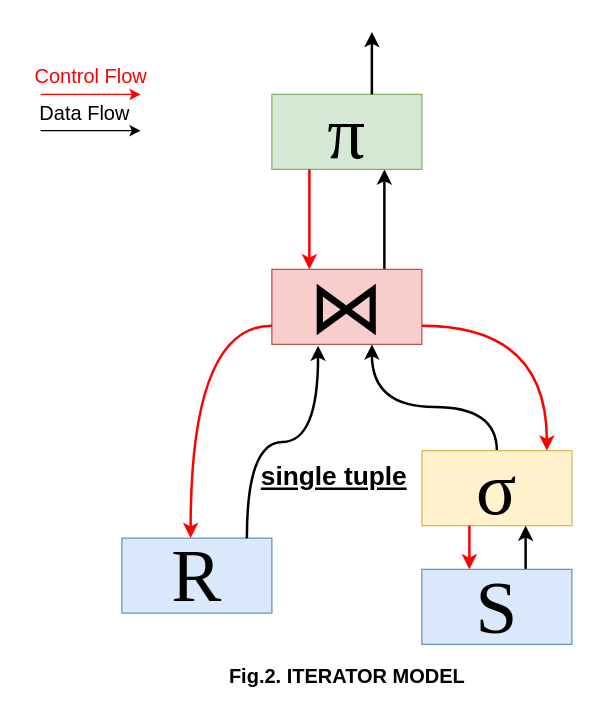
Before: page "iterator-model" (3 of 8) of db/doris/query-execution.drawio in zhangm365/draw_pics, a draw.io diagram. Source tidied: cells renumbered, new cells numbered last; positions are measured from the earlier drawing's top-left corner, leaving out a move shared by most shapes. Both pictures are drawn from the tidied source at 125%, with x=0, y=0 at pixel (21, 31).
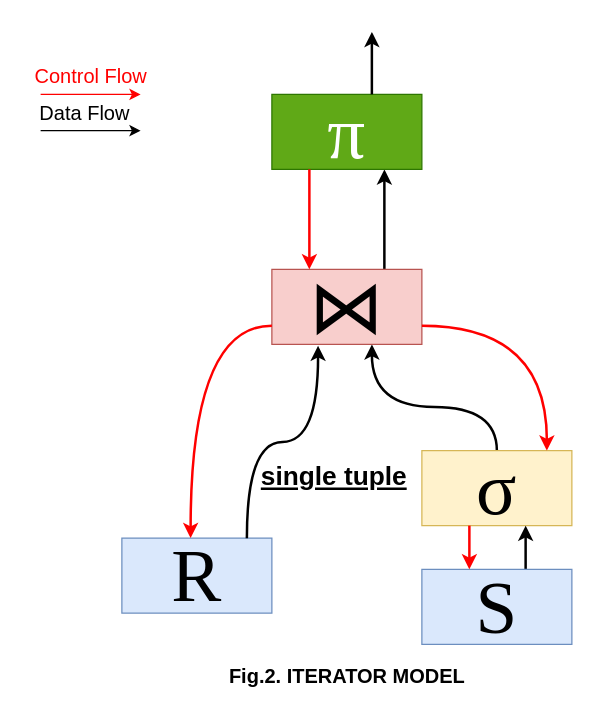
Above is the later version.

Change to the diagram source:
```diff
@@
-    <mxCell id="3" value="&lt;font face=&quot;Times New Roman&quot; style=&quot;font-size: 60px; line-height: 100%;&quot;&gt;π&lt;/font&gt;" style="rounded=0;whiteSpace=wrap;html=1;fillColor=#d5e8d4;strokeColor=#82b366;spacing=-2;labelPosition=center;verticalLabelPosition=middle;align=center;verticalAlign=middle;" parent="1" vertex="1">
+    <mxCell id="3" value="&lt;font face=&quot;Times New Roman&quot; style=&quot;font-size: 60px; line-height: 100%;&quot;&gt;π&lt;/font&gt;" style="rounded=0;whiteSpace=wrap;html=1;fillColor=#60a917;strokeColor=#2D7600;spacing=-2;labelPosition=center;verticalLabelPosition=middle;align=center;verticalAlign=middle;fontColor=#ffffff;" parent="1" vertex="1">
       <mxGeometry x="200" y="50" width="120" height="60" as="geometry" />
     </mxCell>
```
